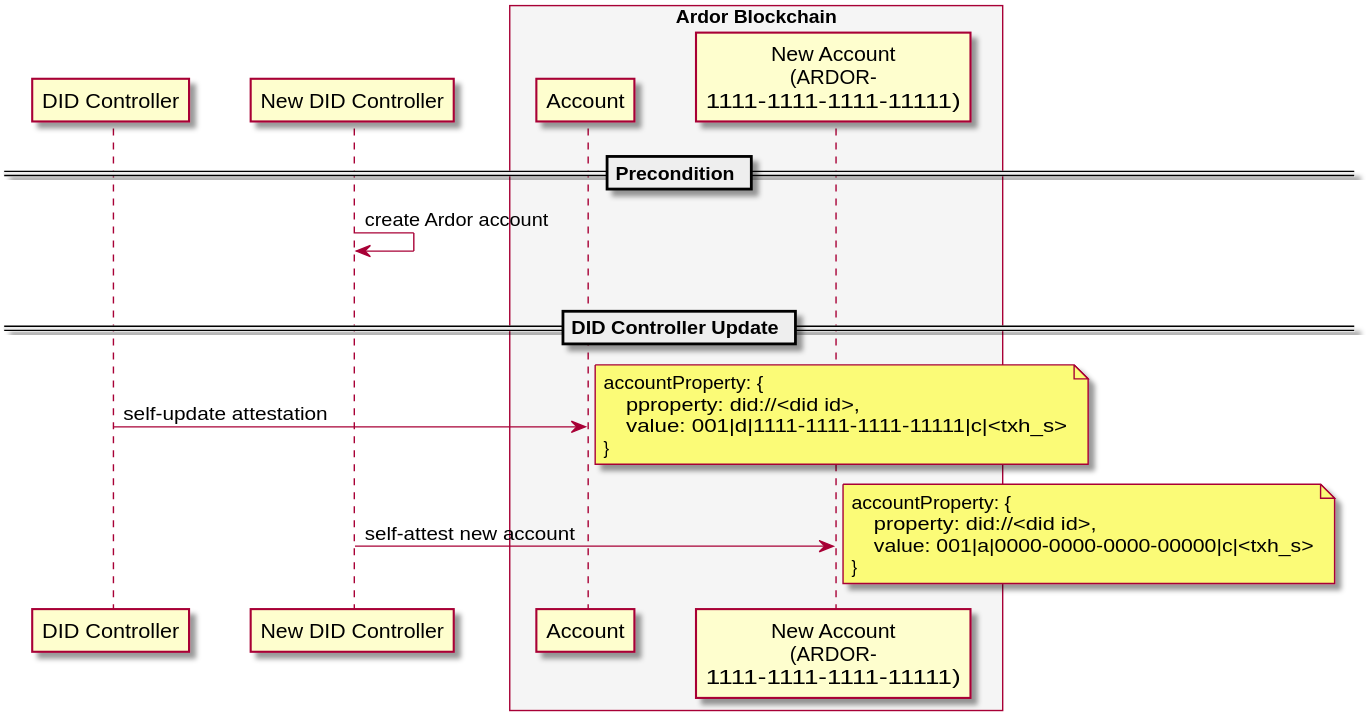
Earlier version of the PlantUML export docs/plantuml/out/did-controller-update.svg (blobaa/bba-did-method-specification).
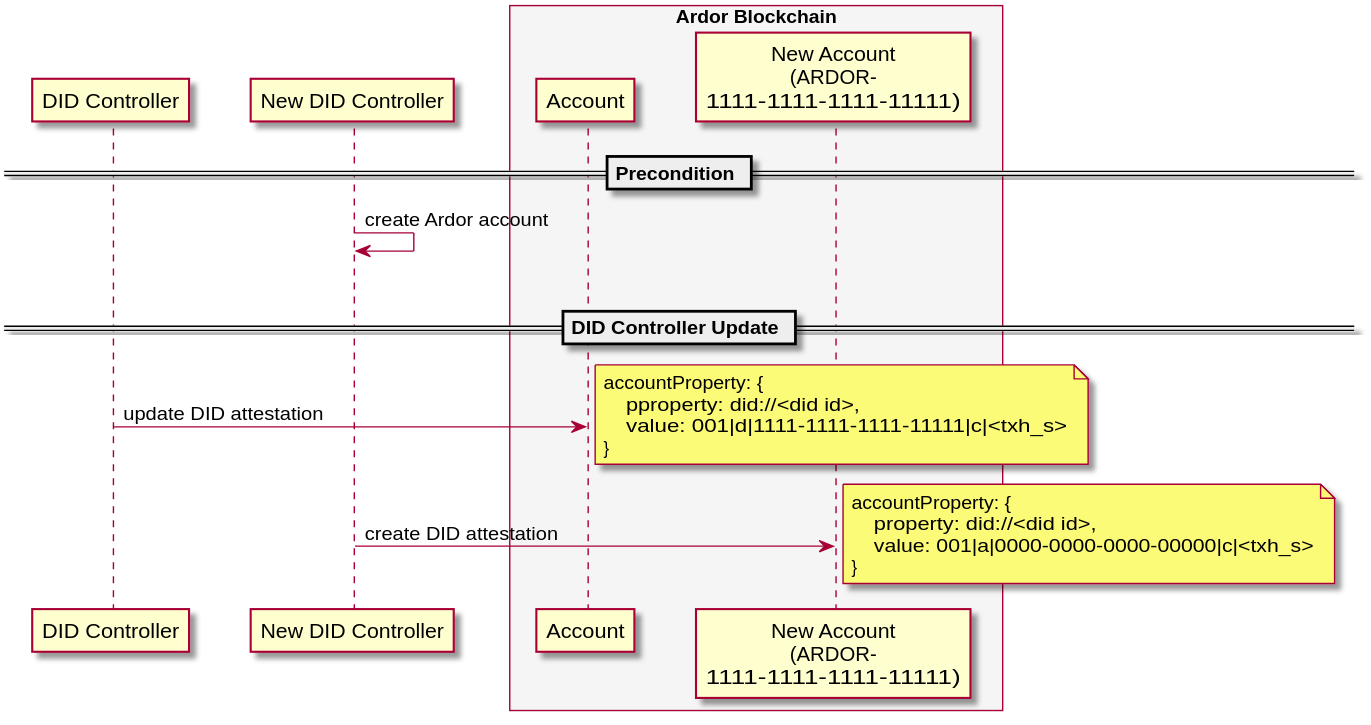
Later version of the same file.

The edit, as a diff of the source:
```diff
@@ -19,14 +19,14 @@
 
 == DID Controller Update ==
 
-DCR -> ATTE: self-update attestation
+DCR -> ATTE: update DID attestation
 note right
     accountProperty: {
         pproperty: did://<did id>,
         value: 001|d|1111-1111-1111-11111|c|<txh_s>
     }
 end note
-NDCR -> NATTE: self-attest new account
+NDCR -> NATTE: create DID attestation
 note right
     accountProperty: {
         property: did://<did id>,
```
